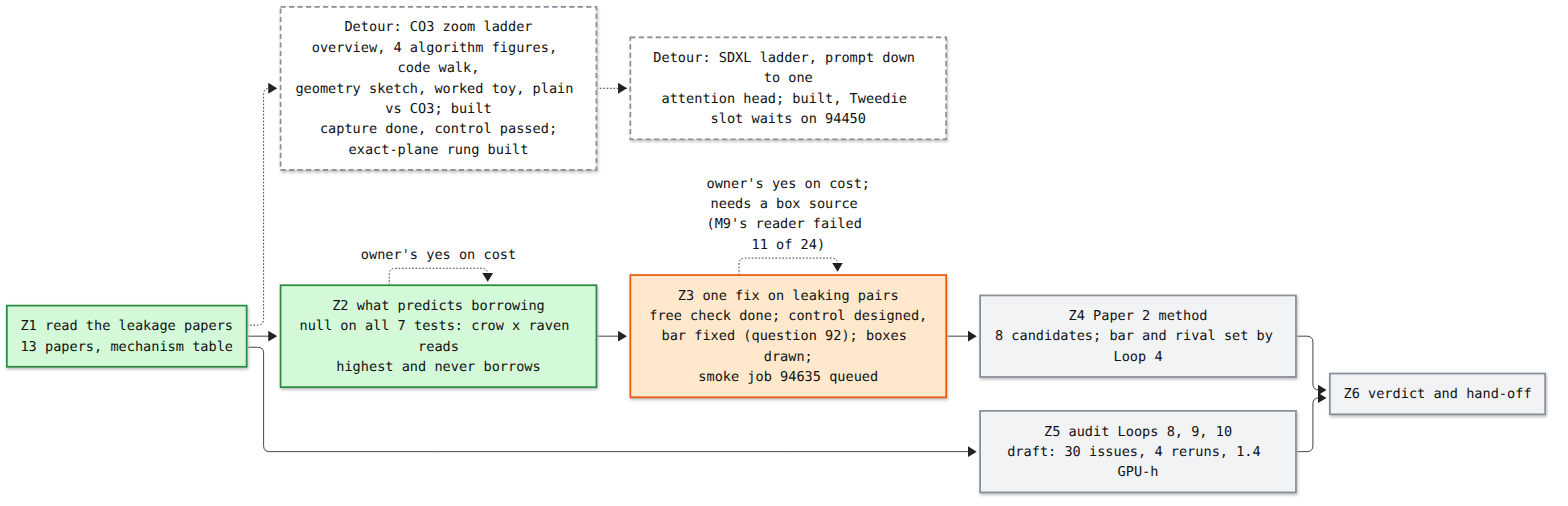
Before: artifacts/notes/progress/leakage/loop-12-progress.png, a diagram exported from Mermaid (mo-rsa24/concept-composition). Its source is kept beside it as artifacts/notes/progress/leakage/loop-12-progress.mmd.
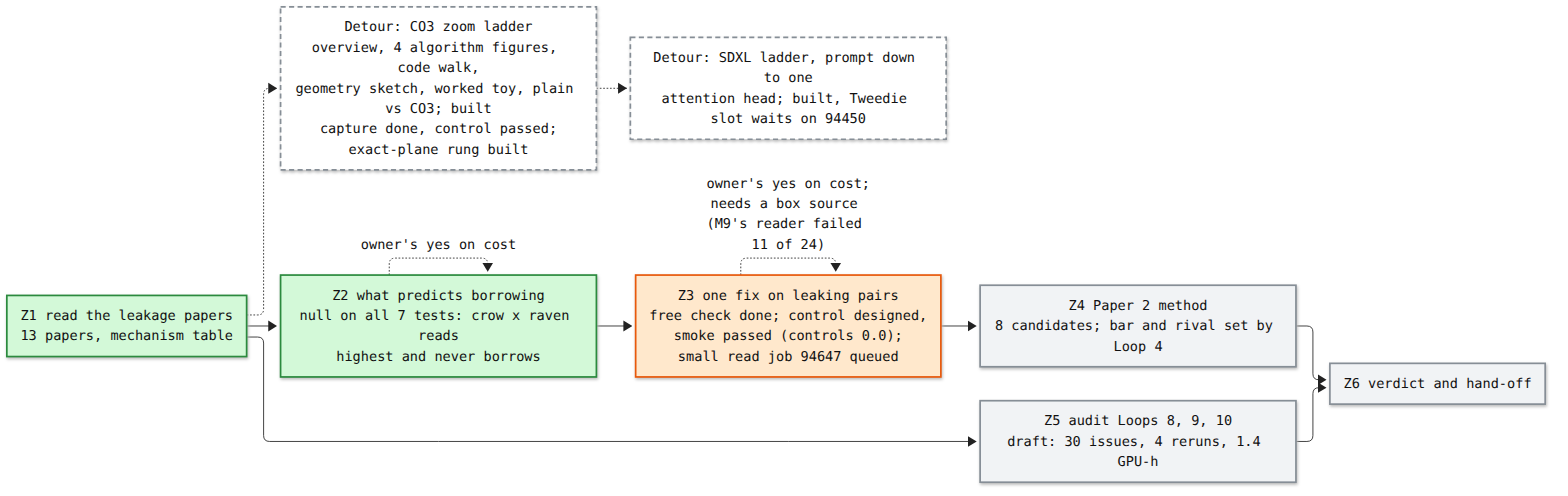
The same file after the commit.

Commit message:
Loop 12 map: Z3 smoke passed

The edit, as a diff of the source:
```diff
@@ -2,7 +2,7 @@
 flowchart LR
   Z1["Z1 read the leakage papers<br/>13 papers, mechanism table"]:::done
   Z2["Z2 what predicts borrowing<br/>null on all 7 tests: crow x raven reads<br/>highest and never borrows"]:::done
-  Z3["Z3 one fix on leaking pairs<br/>free check done; control designed,<br/>bar fixed (question 92); boxes drawn;<br/>smoke job 94635 queued"]:::doing
+  Z3["Z3 one fix on leaking pairs<br/>free check done; control designed,<br/>smoke passed (controls 0.0);<br/>small read job 94647 queued"]:::doing
   Z4["Z4 Paper 2 method<br/>8 candidates; bar and rival set by Loop 4"]:::todo
   Z5["Z5 audit Loops 8, 9, 10<br/>draft: 30 issues, 4 reruns, 1.4 GPU-h"]:::todo
   Z6["Z6 verdict and hand-off"]:::todo
```
